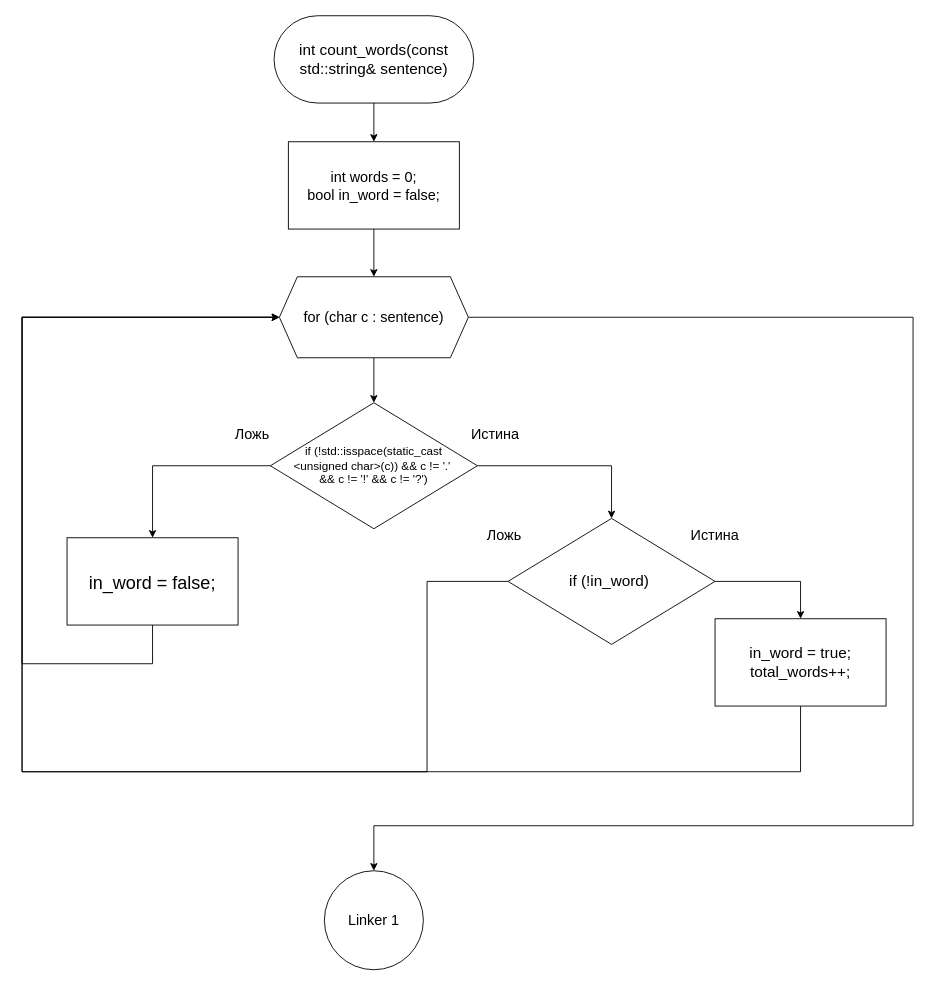
Earlier version of the draw.io diagram count_words.drawio (kravecila28-ops/Block-diagram_templates). Source tidied: cells renumbered, new cells numbered last; positions are measured from the earlier drawing's top-left corner, leaving out a move shared by most shapes. Both pictures are drawn from the tidied source at 90%, with x=0, y=0 at pixel (22, 15).
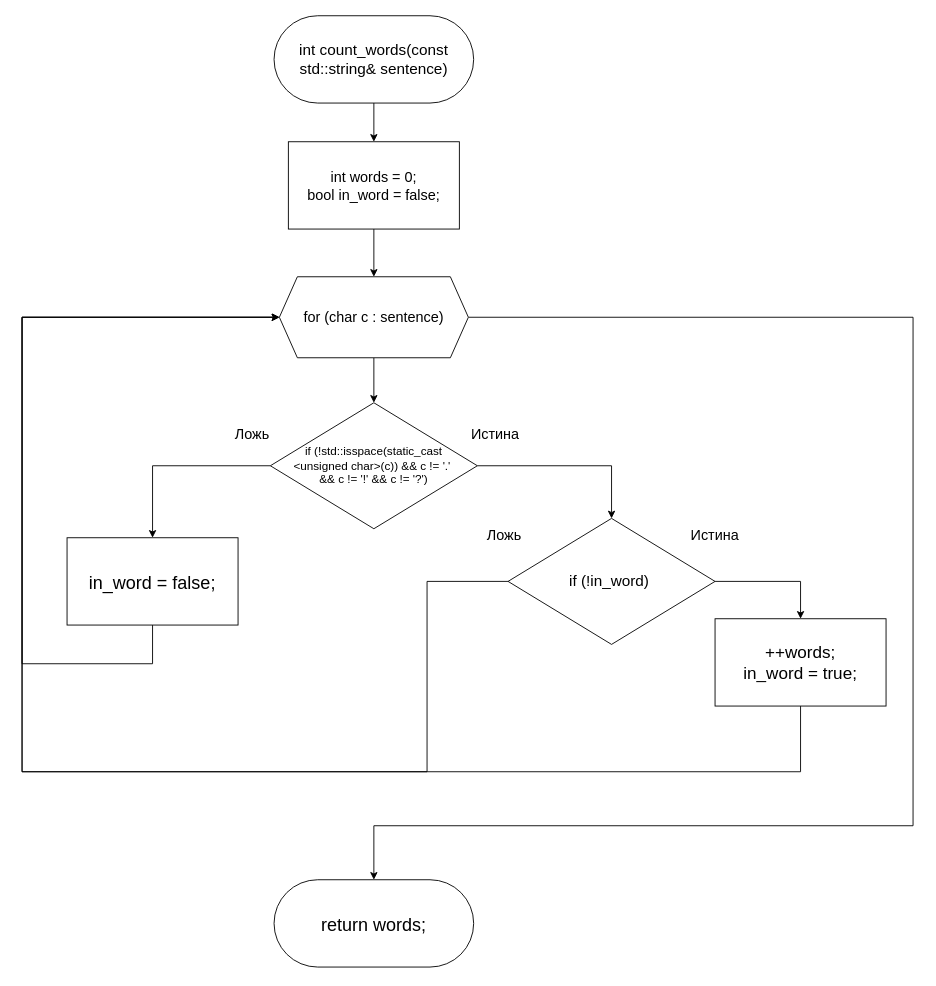
After the change.

Unchanged cells that the change refers to:
```xml
<mxCell id="13" value="&lt;div style=&quot;&quot;&gt;&lt;font style=&quot;font-size: 16px;&quot;&gt;for (char c : sentence)&lt;/font&gt;&lt;/div&gt;" style="shape=hexagon;perimeter=hexagonPerimeter2;whiteSpace=wrap;html=1;fixedSize=1;align=center;labelBackgroundColor=none;" parent="1" vertex="1">
  <mxGeometry x="285.9" y="290" width="210" height="90" as="geometry" />
</mxCell>
```

The edit, as a diff of the source:
```diff
@@
-    <mxCell id="12" style="edgeStyle=orthogonalEdgeStyle;rounded=0;jettySize=auto;html=1;exitX=1;exitY=0.5;exitDx=0;exitDy=0;entryX=0.5;entryY=0;entryDx=0;entryDy=0;" parent="1" edge="1" source="13" target="23">
+    <mxCell id="12" style="edgeStyle=orthogonalEdgeStyle;rounded=0;jettySize=auto;html=1;exitX=1;exitY=0.5;exitDx=0;exitDy=0;entryX=0.5;entryY=0;entryDx=0;entryDy=0;" parent="1" edge="1" source="13" target="24">
       <mxGeometry relative="1" as="geometry">
         <Array as="points">
           <mxPoint x="990" y="335" />
           <mxPoint x="990" y="900" />
           <mxPoint x="391" y="900" />
+          <mxPoint x="391" y="960" />
         </Array>
       </mxGeometry>
     </mxCell>
@@
-    <mxCell id="18" value="&lt;div&gt;&lt;font style=&quot;font-size: 17px;&quot;&gt;in_word = true;&lt;/font&gt;&lt;/div&gt;&lt;div&gt;&lt;font style=&quot;font-size: 17px;&quot;&gt;total_words++;&lt;/font&gt;&lt;/div&gt;" style="rounded=0;whiteSpace=wrap;html=1;labelBackgroundColor=none;" parent="1" vertex="1">
+    <mxCell id="18" value="&lt;div&gt;&lt;font style=&quot;font-size: 19px;&quot;&gt;++words;&lt;/font&gt;&lt;/div&gt;&lt;div&gt;&lt;font style=&quot;font-size: 19px;&quot;&gt;in_word = true;&lt;/font&gt;&lt;/div&gt;" style="rounded=0;whiteSpace=wrap;html=1;labelBackgroundColor=none;" parent="1" vertex="1">
       <mxGeometry x="770" y="670" width="190" height="97" as="geometry" />
     </mxCell>
@@
-    <mxCell id="23" value="&lt;font style=&quot;font-size: 16px;&quot;&gt;Linker 1&lt;/font&gt;" style="ellipse;whiteSpace=wrap;html=1;" parent="1" vertex="1">
-      <mxGeometry x="335.9" y="950" width="110" height="110" as="geometry" />
-    </mxCell>
+    <mxCell id="24" value="&lt;font style=&quot;font-size: 20px;&quot;&gt;return words;&lt;/font&gt;" style="rounded=1;whiteSpace=wrap;html=1;arcSize=50;labelBackgroundColor=none;" parent="1" vertex="1">
+      <mxGeometry x="280" y="960" width="221.8" height="97" as="geometry" />
+    </mxCell>
```
